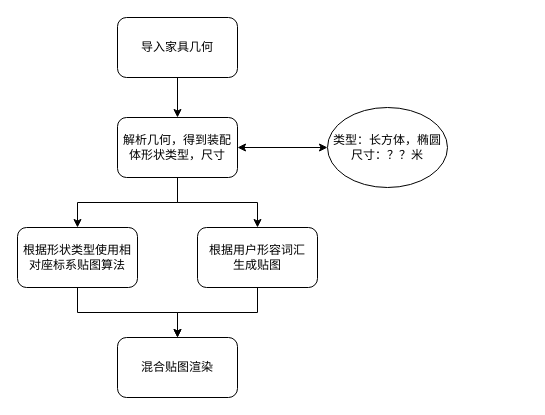
This is zhuanli-Ai.drawio from Harekaze-Misakiakeno/uml, a draw.io file, before an edit. Source tidied: cells renumbered, new cells numbered last; positions are measured from the earlier drawing's top-left corner, leaving out a move shared by most shapes. Both pictures are drawn from the tidied source at 100%, with x=0, y=0 at pixel (17, 17).
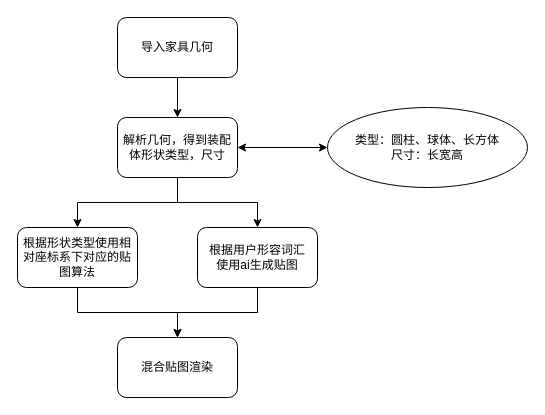
The same page after the edit.

The edit, as a diff of the source:
```diff
@@
 <mxGraphModel>
   <root>
     <mxCell id="0" />
     <mxCell id="1" parent="0" />
     <mxCell id="2" style="edgeStyle=orthogonalEdgeStyle;rounded=0;jettySize=auto;html=1;exitX=0.5;exitY=1;exitDx=0;exitDy=0;entryX=0.5;entryY=0;entryDx=0;entryDy=0;" parent="1" edge="1" source="3" target="5">
       <mxGeometry relative="1" as="geometry" />
     </mxCell>
     <mxCell id="3" value="导入家具几何" style="rounded=1;whiteSpace=wrap;html=1;" parent="1" vertex="1">
       <mxGeometry x="100" width="120" height="60" as="geometry" />
     </mxCell>
     <mxCell id="4" style="edgeStyle=orthogonalEdgeStyle;rounded=0;jettySize=auto;html=1;exitX=0.5;exitY=1;exitDx=0;exitDy=0;entryX=0.5;entryY=0;entryDx=0;entryDy=0;" parent="1" edge="1" source="5" target="11">
       <mxGeometry relative="1" as="geometry" />
     </mxCell>
     <mxCell id="5" value="解析几何，得到装配体形状类型，尺寸" style="rounded=1;whiteSpace=wrap;html=1;" parent="1" vertex="1">
       <mxGeometry x="100" y="100" width="120" height="60" as="geometry" />
     </mxCell>
-    <mxCell id="6" value="类型：长方体，椭圆&lt;div&gt;尺寸：？？米&lt;/div&gt;" style="ellipse;whiteSpace=wrap;html=1;" parent="1" vertex="1">
-      <mxGeometry x="310" y="90" width="120" height="80" as="geometry" />
+    <mxCell id="6" value="类型：圆柱、球体、长方体&lt;div&gt;尺寸：长宽高&lt;/div&gt;" style="ellipse;whiteSpace=wrap;html=1;" parent="1" vertex="1">
+      <mxGeometry x="310" y="90" width="200" height="80" as="geometry" />
     </mxCell>
     <mxCell id="7" style="endArrow=classic;startArrow=classic;html=1;rounded=0;exitX=1;exitY=0.5;exitDx=0;exitDy=0;entryX=0;entryY=0.5;entryDx=0;entryDy=0;" parent="1" edge="1" source="5" target="6">
       <mxGeometry relative="1" as="geometry" />
     </mxCell>
     <mxCell id="8" style="edgeStyle=orthogonalEdgeStyle;rounded=0;jettySize=auto;html=1;entryX=0.5;entryY=0;entryDx=0;entryDy=0;" parent="1" edge="1" source="9" target="13">
       <mxGeometry relative="1" as="geometry" />
     </mxCell>
-    <mxCell id="9" value="根据用户形容词汇&lt;div&gt;生成贴图&lt;/div&gt;" style="rounded=1;whiteSpace=wrap;html=1;" parent="1" vertex="1">
+    <mxCell id="9" value="根据用户形容词汇&lt;div&gt;使用ai生成贴图&lt;/div&gt;" style="rounded=1;whiteSpace=wrap;html=1;" parent="1" vertex="1">
       <mxGeometry x="180" y="210" width="120" height="60" as="geometry" />
     </mxCell>
     <mxCell id="10" style="edgeStyle=orthogonalEdgeStyle;rounded=0;jettySize=auto;html=1;exitX=0.5;exitY=1;exitDx=0;exitDy=0;" parent="1" edge="1" source="11" target="13">
       <mxGeometry relative="1" as="geometry" />
     </mxCell>
-    <mxCell id="11" value="根据形状类型使用相对座标系贴图算法" style="rounded=1;whiteSpace=wrap;html=1;" parent="1" vertex="1">
+    <mxCell id="11" value="根据形状类型使用相对座标系下对应的贴图算法" style="rounded=1;whiteSpace=wrap;html=1;" parent="1" vertex="1">
       <mxGeometry y="210" width="120" height="60" as="geometry" />
     </mxCell>
     <mxCell id="12" style="edgeStyle=orthogonalEdgeStyle;rounded=0;jettySize=auto;html=1;exitX=0.5;exitY=1;exitDx=0;exitDy=0;entryX=0.5;entryY=0;entryDx=0;entryDy=0;" parent="1" edge="1" source="5" target="9">
       <mxGeometry relative="1" as="geometry" />
     </mxCell>
     <mxCell id="13" value="混合贴图渲染" style="rounded=1;whiteSpace=wrap;html=1;" parent="1" vertex="1">
       <mxGeometry x="100" y="320" width="120" height="60" as="geometry" />
     </mxCell>
   </root>
 </mxGraphModel>
```
